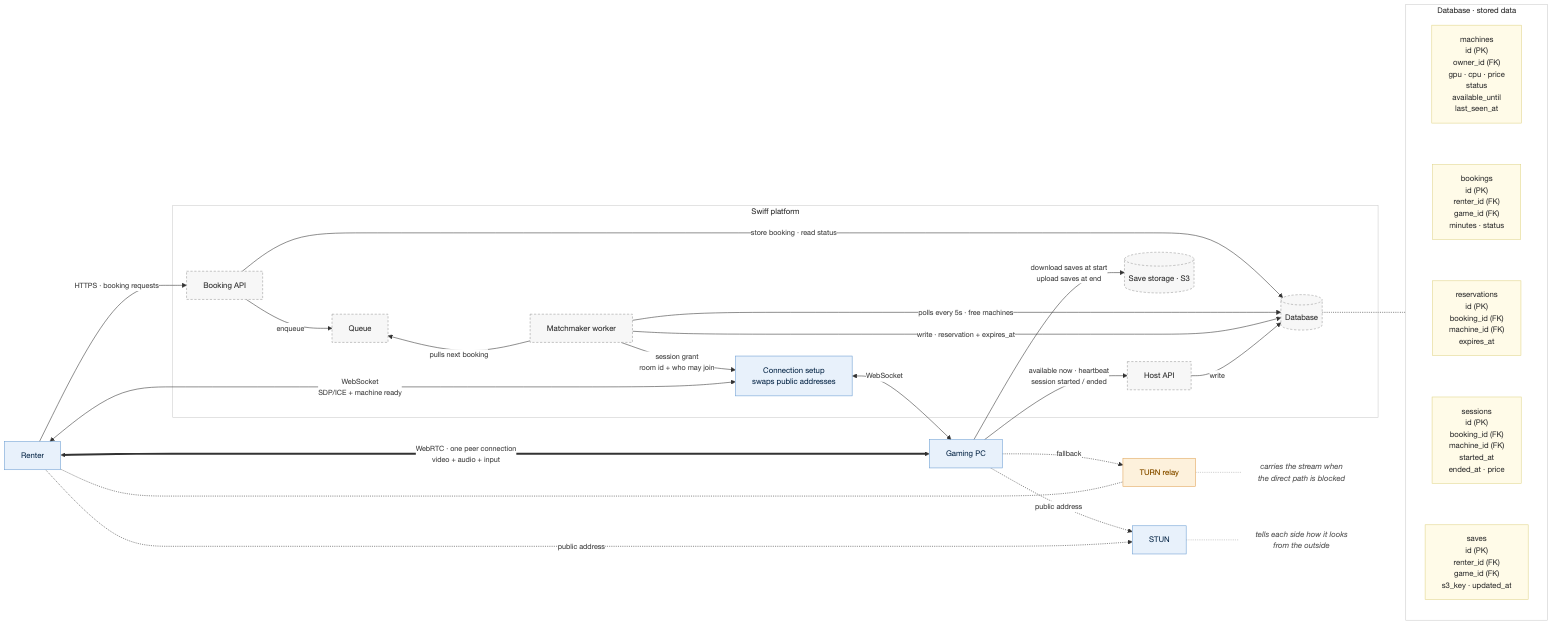
Before: docs/diagrams/system-architecture.png, a diagram exported from Mermaid (tomnotthomas/distributed_gaming). Its source is kept beside it as docs/diagrams/system-architecture.mmd.
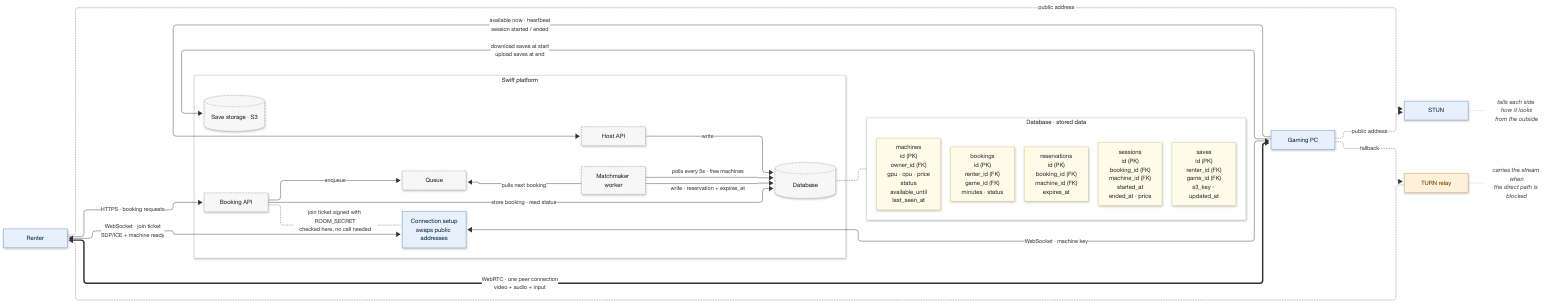
After the change.

Change to the diagram source:
```diff
@@ -54,9 +54,9 @@
   MM -- "pulls next booking" --> Q
   MM -- "polls every 5s · free machines" --> DB
   MM -- "write · reservation + expires_at" --> DB
-  MM -- "session grant<br/>room id + who may join" --> SIG
-  Renter <-- "WebSocket<br/>SDP/ICE + machine ready" --> SIG
-  SIG <-- "WebSocket" --> PC
+  API -. "join ticket signed with ROOM_SECRET<br/>checked here, no call needed" .- SIG
+  Renter <-- "WebSocket · join ticket<br/>SDP/ICE + machine ready" --> SIG
+  SIG <-- "WebSocket · machine key" --> PC
   PC -- "available now · heartbeat<br/>session started / ended" --> HAPI
   HAPI -- "write" --> DB
   PC -- "download saves at start<br/>upload saves at end" --> S3
```
